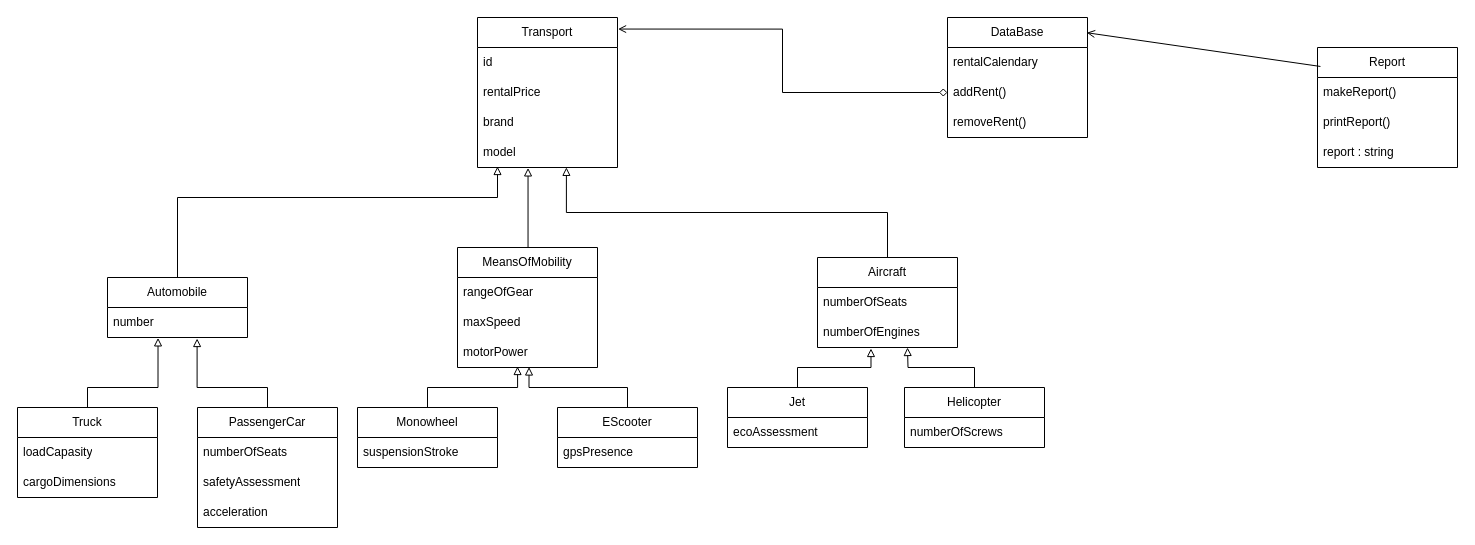
Earlier version of the draw.io diagram HomeWork3/diagrams/Диаграмма классов.drawio (Ke-fir/croc-homework). Source tidied: cells renumbered, new cells numbered last; positions are measured from the earlier drawing's top-left corner, leaving out a move shared by most shapes. Both pictures are drawn from the tidied source at 100%, with x=0, y=0 at pixel (17, 17).
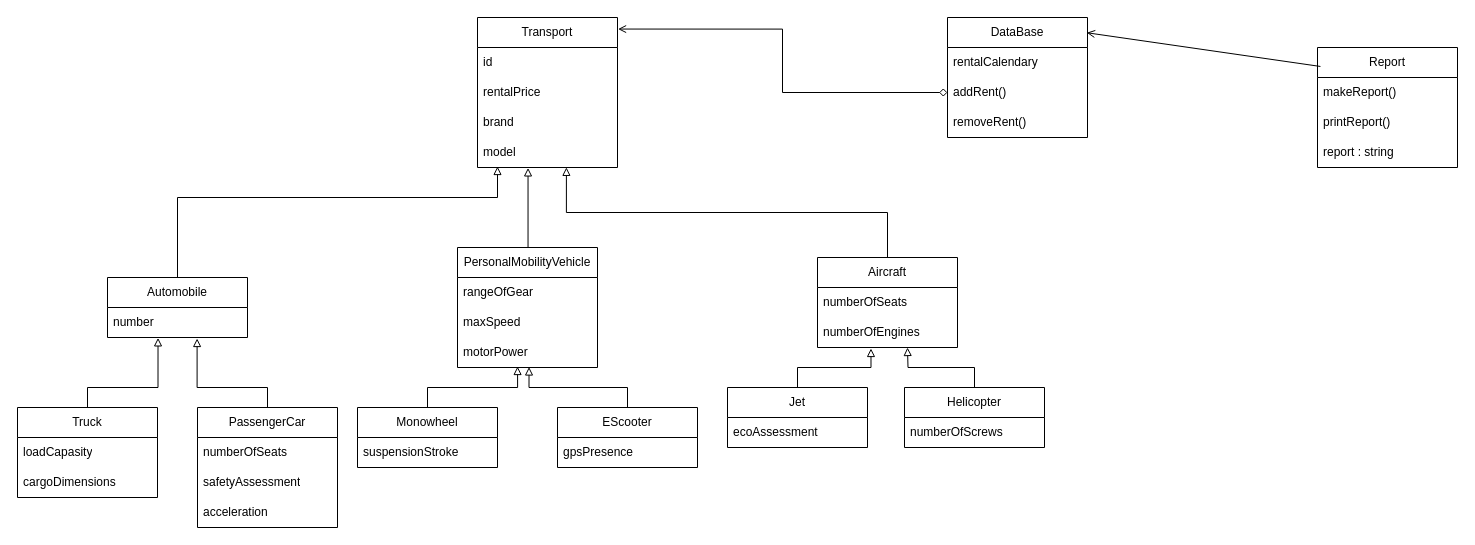
After the change.

Commit message:
.HomeWork3: update class diagram

Change to the diagram source:
```diff
@@
-    <mxCell id="11" value="MeansOfMobility" style="swimlane;fontStyle=0;horizontal=1;startSize=30;whiteSpace=wrap;html=1;" parent="1" vertex="1">
+    <mxCell id="11" value="PersonalMobilityVehicle" style="swimlane;fontStyle=0;horizontal=1;startSize=30;whiteSpace=wrap;html=1;" parent="1" vertex="1">
       <mxGeometry x="440" y="230" width="140" height="120" as="geometry" />
     </mxCell>
```
